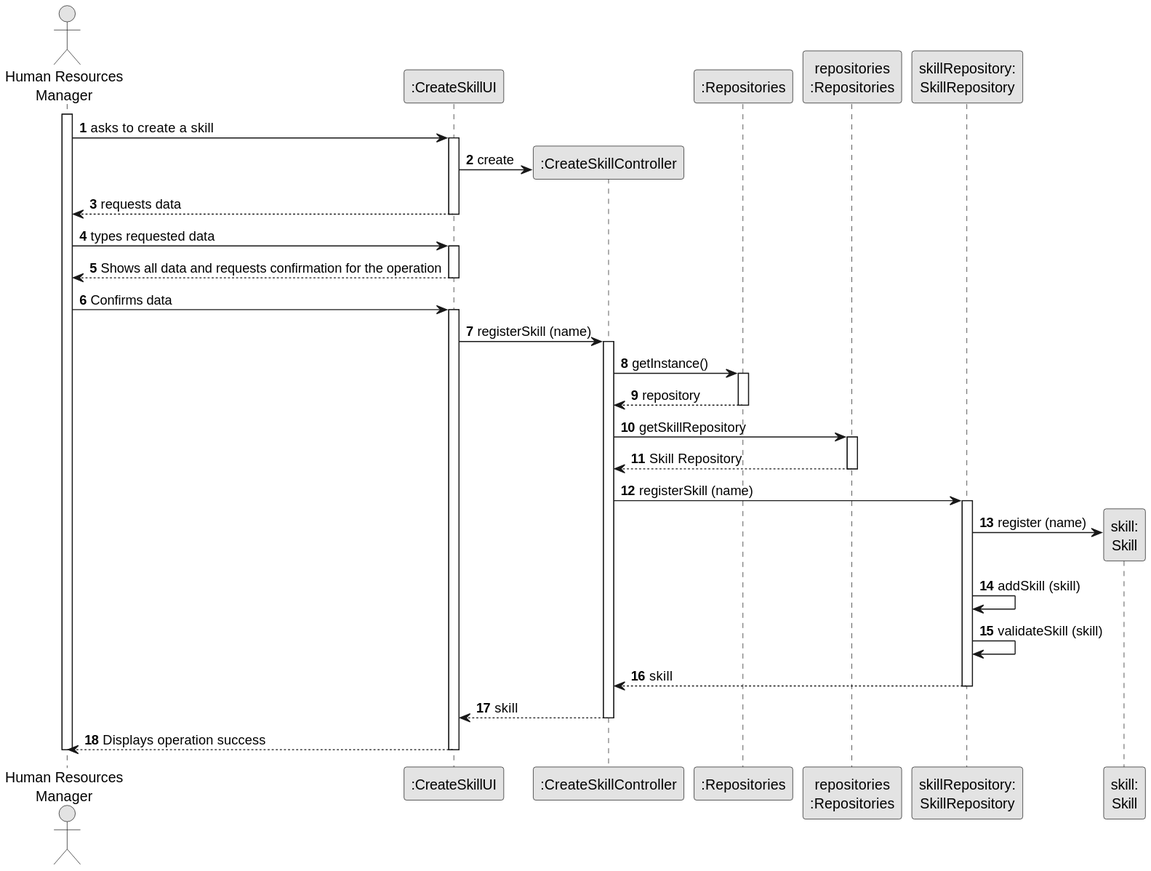
Above: docs/sprintA&B/us001/03.design/svg/us001-sequence-diagram-full.svg in daniel41silva05/ISEP_2023_2024_LAPR2 (PlantUML), before the change.
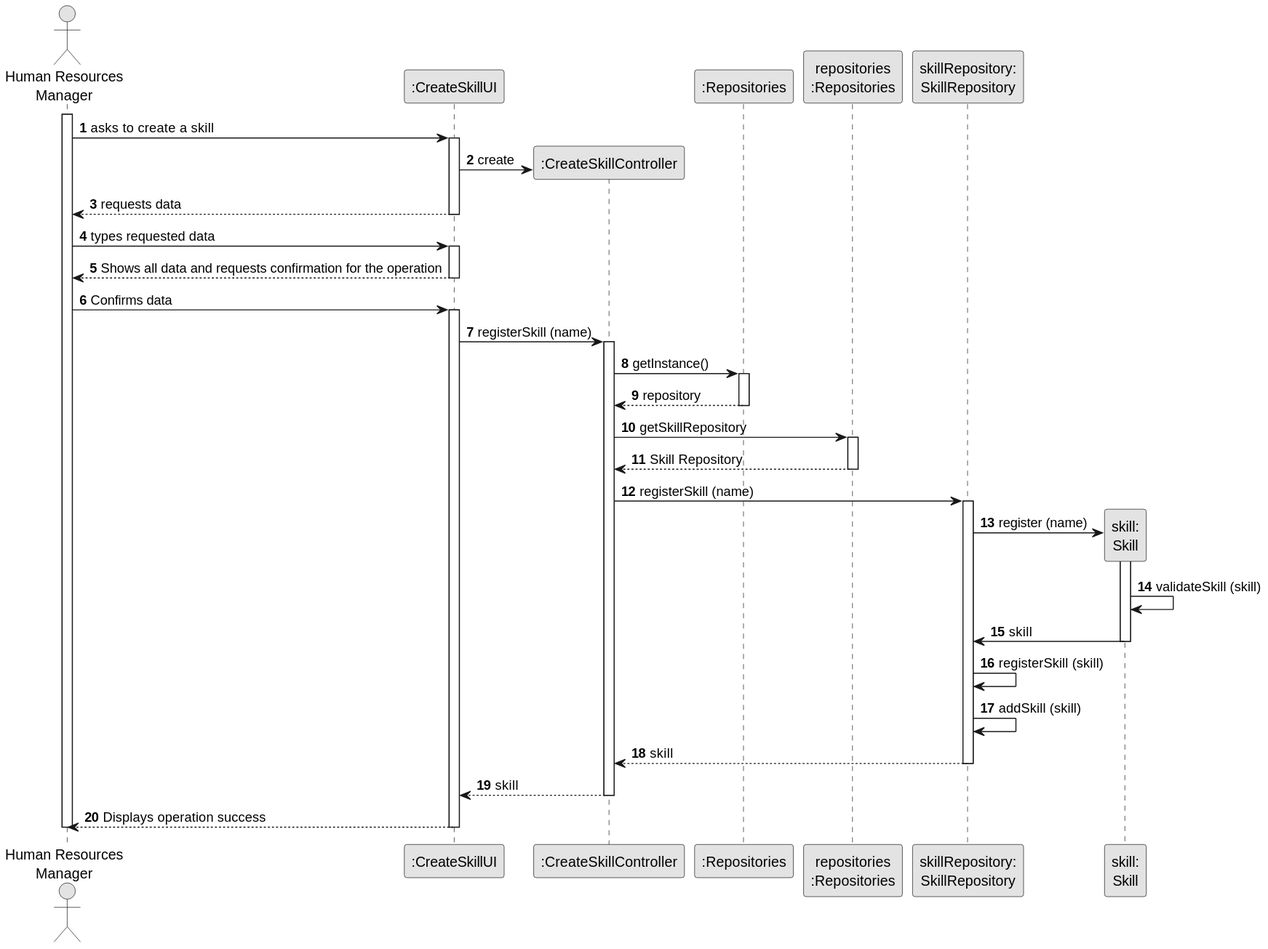
After the commit.

Commit message:
update US005 US01 full diagram

Diff of the diagram source:
```diff
@@ -51,10 +51,16 @@
             activate SkillREP
 
             SkillREP -> SKILL** : register (name)
+            activate SKILL
+
+                SKILL -> SKILL : validateSkill (skill)
+
+                SKILL -> SkillREP : skill
+                deactivate SKILL
+
+                SkillREP -> SkillREP : registerSkill (skill)
 
                 SkillREP -> SkillREP : addSkill (skill)
-
-                SkillREP -> SkillREP : validateSkill (skill)
 
             SkillREP --> CTRL : skill
             deactivate SkillREP
```
